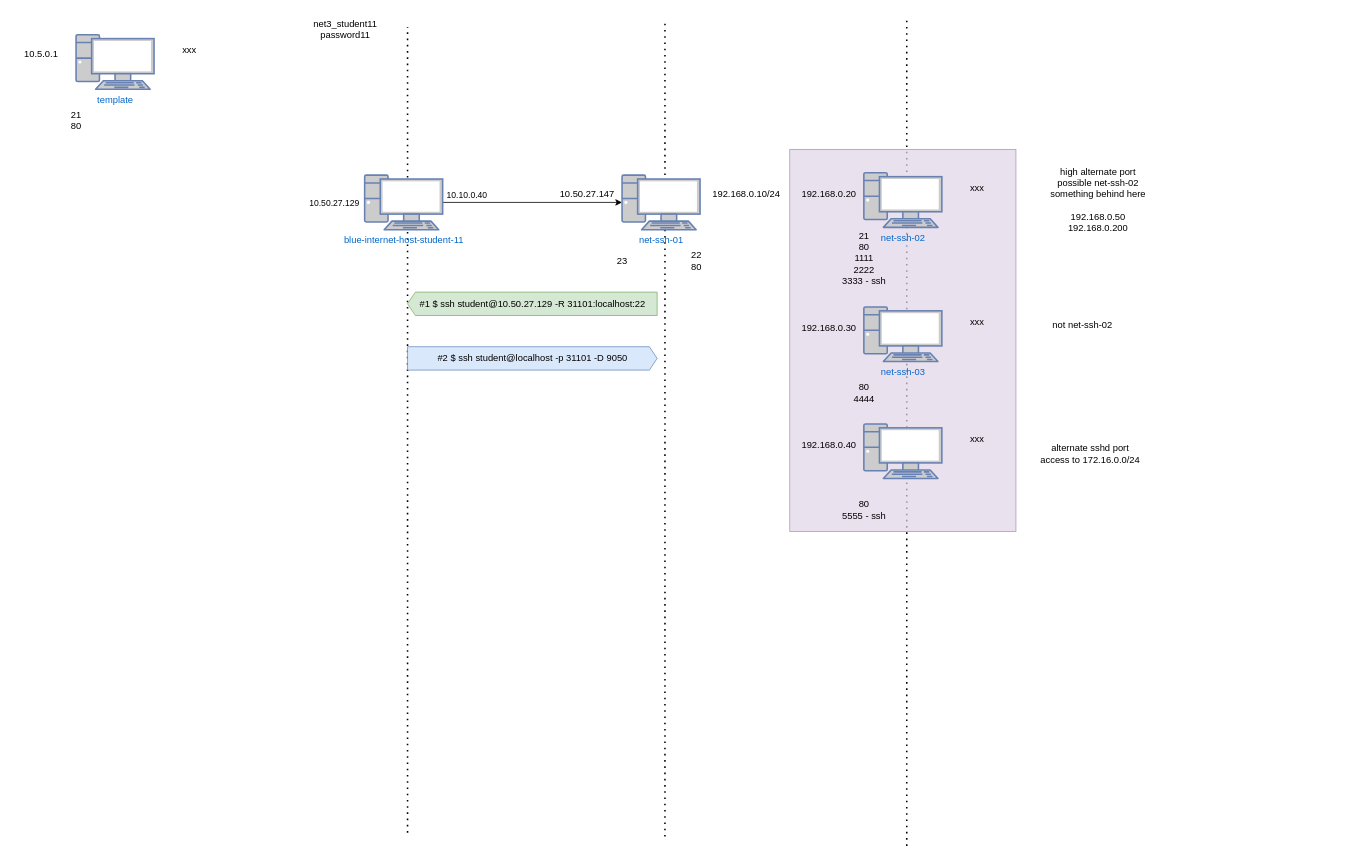
The draw.io diagram CCTC/NET/Data_Collection.drawio in wifi96h/new, before the edit. Source tidied: cells renumbered, new cells numbered last; positions are measured from the earlier drawing's top-left corner, leaving out a move shared by most shapes. Both pictures are drawn from the tidied source at 78%, with x=0, y=0 at pixel (13, 13).
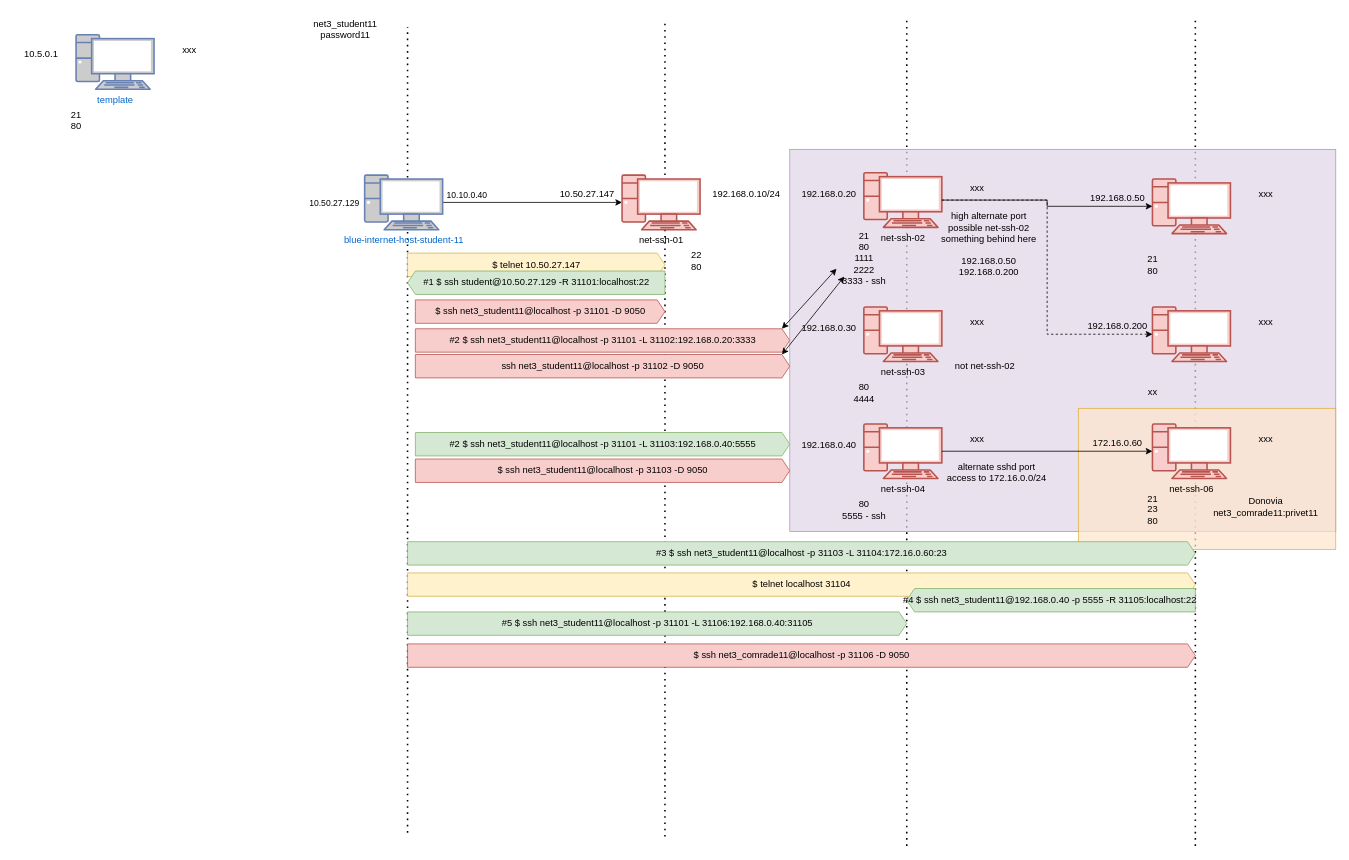
The same diagram, later.

The change refers to these unchanged cells:
```xml
<mxCell id="33" style="group;" parent="32" vertex="1">
  <mxGeometry y="20" width="225" height="140" as="geometry" />
</mxCell>
```

The edit, as a diff of the source:
```diff
@@
+    <mxCell id="47" style="endArrow=none;dashed=1;html=1;dashPattern=1 3;strokeWidth=2;rounded=0;" parent="1" edge="1">
+      <mxGeometry relative="1" as="geometry">
+        <mxPoint x="1515" y="1067" as="sourcePoint" />
+        <mxPoint x="1515" y="7" as="targetPoint" />
+      </mxGeometry>
+    </mxCell>
@@
     <mxCell id="3" style="whiteSpace=wrap;html=1;fillColor=#e1d5e7;strokeColor=#9673a6;opacity=70;" parent="1" vertex="1">
-      <mxGeometry x="995" y="174" width="290" height="490" as="geometry" />
+      <mxGeometry x="995" y="174" width="700" height="490" as="geometry" />
     </mxCell>
@@
     <mxCell id="16" style="group;" parent="1" vertex="1">
-      <mxGeometry x="745" y="187" width="235" height="150" as="geometry" />
+      <mxGeometry x="745" y="187" width="770" height="175" as="geometry" />
     </mxCell>
     <mxCell id="17" style="group;" parent="16" vertex="1">
-      <mxGeometry y="20" width="235" height="130" as="geometry" />
+      <mxGeometry y="20" width="770" height="155" as="geometry" />
     </mxCell>
-    <mxCell id="18" value="net-ssh-01" style="fontColor=#0066CC;verticalAlign=top;verticalLabelPosition=bottom;labelPosition=center;align=center;html=1;outlineConnect=0;fillColor=#CCCCCC;strokeColor=#6881B3;gradientColor=none;gradientDirection=north;strokeWidth=2;shape=mxgraph.networks.pc;" parent="17" vertex="1">
+    <mxCell id="18" value="net-ssh-01" style="verticalAlign=top;verticalLabelPosition=bottom;labelPosition=center;align=center;html=1;outlineConnect=0;fillColor=#f8cecc;strokeColor=#b85450;gradientDirection=north;strokeWidth=2;shape=mxgraph.networks.pc;" parent="17" vertex="1">
       <mxGeometry x="35" width="100" height="70" as="geometry" />
     </mxCell>
@@
+    <mxCell id="48" value="$ telnet 10.50.27.147" style="html=1;shadow=0;dashed=0;align=center;verticalAlign=middle;shape=mxgraph.arrows2.arrow;dy=0;dx=10;notch=0;flipV=1;flipH=0;fillColor=#fff2cc;strokeColor=#d6b656;" parent="17" vertex="1">
+      <mxGeometry x="-240" y="100" width="330" height="30" as="geometry" />
+    </mxCell>
+    <mxCell id="24" value="#1 $ ssh student@10.50.27.129 -R 31101:localhost:22" style="html=1;shadow=0;dashed=0;align=center;verticalAlign=middle;shape=mxgraph.arrows2.arrow;dy=0;dx=10;notch=0;flipV=1;flipH=1;fillColor=#d5e8d4;strokeColor=#82b366;" parent="17" vertex="1">
+      <mxGeometry x="-240" y="123" width="330" height="30" as="geometry" />
+    </mxCell>
@@
-    <mxCell id="24" value="#1 $ ssh student@10.50.27.129 -R 31101:localhost:22" style="html=1;shadow=0;dashed=0;align=center;verticalAlign=middle;shape=mxgraph.arrows2.arrow;dy=0;dx=10;notch=0;flipV=1;flipH=1;fillColor=#d5e8d4;strokeColor=#82b366;" parent="1" vertex="1">
-      <mxGeometry x="505" y="357" width="320" height="30" as="geometry" />
-    </mxCell>
-    <mxCell id="25" value="#2 $ ssh student@localhost -p 31101 -D 9050" style="html=1;shadow=0;dashed=0;align=center;verticalAlign=middle;shape=mxgraph.arrows2.arrow;dy=0;dx=10;notch=0;flipV=1;flipH=0;fillColor=#dae8fc;strokeColor=#6c8ebf;" parent="1" vertex="1">
-      <mxGeometry x="505" y="427" width="320" height="30" as="geometry" />
+    <mxCell id="25" value="$ ssh net3_student11@localhost -p 31101 -D 9050" style="html=1;shadow=0;dashed=0;align=center;verticalAlign=middle;shape=mxgraph.arrows2.arrow;dy=0;dx=10;notch=0;flipV=1;flipH=0;fillColor=#f8cecc;strokeColor=#b85450;" parent="1" vertex="1">
+      <mxGeometry x="515" y="367" width="320" height="30" as="geometry" />
     </mxCell>
     <mxCell id="26" style="group;" parent="1" vertex="1">
-      <mxGeometry x="1055" y="184" width="225" height="175" as="geometry" />
+      <mxGeometry x="1055" y="184" width="285" height="175" as="geometry" />
     </mxCell>
     <mxCell id="27" style="group;" parent="26" vertex="1">
-      <mxGeometry y="20" width="225" height="155" as="geometry" />
+      <mxGeometry y="20" width="285" height="155" as="geometry" />
     </mxCell>
-    <mxCell id="28" value="net-ssh-02" style="fontColor=#0066CC;verticalAlign=top;verticalLabelPosition=bottom;labelPosition=center;align=center;html=1;outlineConnect=0;fillColor=#CCCCCC;strokeColor=#6881B3;gradientColor=none;gradientDirection=north;strokeWidth=2;shape=mxgraph.networks.pc;" parent="27" vertex="1">
+    <mxCell id="28" value="net-ssh-02" style="verticalAlign=top;verticalLabelPosition=bottom;labelPosition=center;align=center;html=1;outlineConnect=0;fillColor=#f8cecc;strokeColor=#b85450;gradientDirection=north;strokeWidth=2;shape=mxgraph.networks.pc;" parent="27" vertex="1">
       <mxGeometry x="35" width="100" height="70" as="geometry" />
     </mxCell>
@@
+    <mxCell id="45" value="high alternate port&lt;div&gt;possible net-ssh-02&lt;/div&gt;&lt;div&gt;something behind here&lt;/div&gt;&lt;div&gt;&lt;br&gt;&lt;/div&gt;&lt;div&gt;192.168.0.50&lt;/div&gt;&lt;div&gt;192.168.0.200&lt;/div&gt;" style="text;html=1;align=center;verticalAlign=middle;strokeColor=none;fillColor=none;" parent="27" vertex="1">
+      <mxGeometry x="120" y="42" width="150" height="100" as="geometry" />
+    </mxCell>
@@
-    <mxCell id="34" value="net-ssh-03" style="fontColor=#0066CC;verticalAlign=top;verticalLabelPosition=bottom;labelPosition=center;align=center;html=1;fillColor=#CCCCCC;strokeColor=#6881B3;gradientColor=none;gradientDirection=north;strokeWidth=2;shape=mxgraph.networks.pc;" parent="33" vertex="1">
+    <mxCell id="34" value="net-ssh-03" style="verticalAlign=top;verticalLabelPosition=bottom;labelPosition=center;align=center;html=1;fillColor=#f8cecc;strokeColor=#b85450;gradientDirection=north;strokeWidth=2;shape=mxgraph.networks.pc;" parent="33" vertex="1">
       <mxGeometry x="35" width="100" height="70" as="geometry" />
     </mxCell>
@@
     <mxCell id="38" style="group;" parent="1" vertex="1">
-      <mxGeometry x="1055" y="506" width="225" height="160" as="geometry" />
+      <mxGeometry x="1055" y="506" width="280" height="160" as="geometry" />
     </mxCell>
     <mxCell id="39" style="group;" parent="38" vertex="1">
-      <mxGeometry y="20" width="225" height="140" as="geometry" />
+      <mxGeometry y="20" width="280" height="140" as="geometry" />
     </mxCell>
-    <mxCell id="40" style="fontColor=#0066CC;verticalAlign=top;verticalLabelPosition=bottom;labelPosition=center;align=center;html=1;outlineConnect=0;fillColor=#CCCCCC;strokeColor=#6881B3;gradientColor=none;gradientDirection=north;strokeWidth=2;shape=mxgraph.networks.pc;" parent="39" vertex="1">
+    <mxCell id="40" value="net-ssh-04" style="verticalAlign=top;verticalLabelPosition=bottom;labelPosition=center;align=center;html=1;outlineConnect=0;fillColor=#f8cecc;strokeColor=#b85450;gradientDirection=north;strokeWidth=2;shape=mxgraph.networks.pc;" parent="39" vertex="1">
       <mxGeometry x="35" width="100" height="70" as="geometry" />
     </mxCell>
@@
+    <mxCell id="46" value="alternate sshd port&lt;div&gt;access to 172.16.0.0/24&lt;/div&gt;" style="text;html=1;align=center;verticalAlign=middle;strokeColor=none;fillColor=none;" parent="39" vertex="1">
+      <mxGeometry x="130" y="42" width="150" height="40" as="geometry" />
+    </mxCell>
     <mxCell id="44" value="not net-ssh-02" style="text;html=1;align=center;verticalAlign=middle;strokeColor=none;fillColor=none;" parent="1" vertex="1">
-      <mxGeometry x="1320" y="384" width="100" height="30" as="geometry" />
+      <mxGeometry x="1195" y="437" width="100" height="30" as="geometry" />
     </mxCell>
-    <mxCell id="45" value="high alternate port&lt;div&gt;possible net-ssh-02&lt;/div&gt;&lt;div&gt;something behind here&lt;/div&gt;&lt;div&gt;&lt;br&gt;&lt;/div&gt;&lt;div&gt;192.168.0.50&lt;/div&gt;&lt;div&gt;192.168.0.200&lt;/div&gt;" style="text;html=1;align=center;verticalAlign=middle;strokeColor=none;fillColor=none;" parent="1" vertex="1">
-      <mxGeometry x="1315" y="189" width="150" height="100" as="geometry" />
-    </mxCell>
-    <mxCell id="46" value="alternate sshd port&lt;div&gt;access to 172.16.0.0/24&lt;/div&gt;" style="text;html=1;align=center;verticalAlign=middle;strokeColor=none;fillColor=none;" parent="1" vertex="1">
-      <mxGeometry x="1305" y="544" width="150" height="40" as="geometry" />
-    </mxCell>
+    <mxCell id="49" value="ssh net3_student11@localhost -p 31102 -D 9050" style="html=1;shadow=0;dashed=0;align=center;verticalAlign=middle;shape=mxgraph.arrows2.arrow;dy=0;dx=10;notch=0;flipV=1;flipH=0;fillColor=#f8cecc;strokeColor=#b85450;" parent="1" vertex="1">
+      <mxGeometry x="515" y="437" width="480" height="30" as="geometry" />
+    </mxCell>
+    <mxCell id="50" value="#2 $ ssh net3_student11@localhost -p 31101 -L 31102:192.168.0.20:3333" style="html=1;shadow=0;dashed=0;align=center;verticalAlign=middle;shape=mxgraph.arrows2.arrow;dy=0;dx=10;notch=0;flipV=1;flipH=0;fillColor=#f8cecc;strokeColor=#b85450;" parent="1" vertex="1">
+      <mxGeometry x="515" y="404" width="480" height="30" as="geometry" />
+    </mxCell>
+    <mxCell id="51" style="group;" parent="1" vertex="1">
+      <mxGeometry x="1425" y="192" width="225" height="150" as="geometry" />
+    </mxCell>
+    <mxCell id="52" style="group;" parent="51" vertex="1">
+      <mxGeometry y="20" width="225" height="130" as="geometry" />
+    </mxCell>
+    <mxCell id="53" style="verticalAlign=top;verticalLabelPosition=bottom;labelPosition=center;align=center;html=1;outlineConnect=0;fillColor=#f8cecc;strokeColor=#b85450;gradientDirection=north;strokeWidth=2;shape=mxgraph.networks.pc;" parent="52" vertex="1">
+      <mxGeometry x="35" width="100" height="70" as="geometry" />
+    </mxCell>
+    <mxCell id="54" value="21&lt;div&gt;80&lt;/div&gt;" style="text;html=1;align=center;verticalAlign=middle;strokeColor=none;fillColor=none;" parent="52" vertex="1">
+      <mxGeometry x="15" y="90" width="40" height="40" as="geometry" />
+    </mxCell>
+    <mxCell id="55" value="xxx" style="text;html=1;align=center;verticalAlign=middle;strokeColor=none;fillColor=none;" parent="52" vertex="1">
+      <mxGeometry x="160" y="5" width="40" height="30" as="geometry" />
+    </mxCell>
+    <mxCell id="56" value="192.168.0.50" style="text;html=1;align=center;verticalAlign=middle;strokeColor=none;fillColor=none;" parent="52" vertex="1">
+      <mxGeometry x="-55" y="10" width="90" height="30" as="geometry" />
+    </mxCell>
+    <mxCell id="57" style="group;" parent="1" vertex="1">
+      <mxGeometry x="1425" y="356" width="225" height="150" as="geometry" />
+    </mxCell>
+    <mxCell id="58" style="group;" parent="57" vertex="1">
+      <mxGeometry y="20" width="225" height="130" as="geometry" />
+    </mxCell>
+    <mxCell id="59" style="verticalAlign=top;verticalLabelPosition=bottom;labelPosition=center;align=center;html=1;outlineConnect=0;fillColor=#f8cecc;strokeColor=#b85450;gradientDirection=north;strokeWidth=2;shape=mxgraph.networks.pc;" parent="58" vertex="1">
+      <mxGeometry x="35" width="100" height="70" as="geometry" />
+    </mxCell>
+    <mxCell id="60" value="xx" style="text;html=1;align=center;verticalAlign=middle;strokeColor=none;fillColor=none;" parent="58" vertex="1">
+      <mxGeometry x="15" y="95" width="40" height="30" as="geometry" />
+    </mxCell>
+    <mxCell id="61" value="xxx" style="text;html=1;align=center;verticalAlign=middle;strokeColor=none;fillColor=none;" parent="58" vertex="1">
+      <mxGeometry x="160" y="5" width="40" height="30" as="geometry" />
+    </mxCell>
+    <mxCell id="62" value="192.168.0.200" style="text;html=1;align=center;verticalAlign=middle;strokeColor=none;fillColor=none;" parent="58" vertex="1">
+      <mxGeometry x="-60" y="10" width="100" height="30" as="geometry" />
+    </mxCell>
+    <mxCell id="63" style="edgeStyle=orthogonalEdgeStyle;rounded=0;jettySize=auto;html=1;exitX=1;exitY=0.5;exitDx=0;exitDy=0;exitPerimeter=0;" parent="1" edge="1" source="28" target="53">
+      <mxGeometry relative="1" as="geometry" />
+    </mxCell>
+    <mxCell id="64" style="edgeStyle=orthogonalEdgeStyle;rounded=0;jettySize=auto;html=1;exitX=1;exitY=0.5;exitDx=0;exitDy=0;exitPerimeter=0;entryX=0;entryY=0.5;entryDx=0;entryDy=0;entryPerimeter=0;dashed=1;" parent="1" edge="1" source="28" target="59">
+      <mxGeometry relative="1" as="geometry">
+        <Array as="points">
+          <mxPoint x="1325" y="239" />
+          <mxPoint x="1325" y="411" />
+        </Array>
+      </mxGeometry>
+    </mxCell>
+    <mxCell id="65" style="endArrow=classic;startArrow=classic;html=1;rounded=0;exitX=0;exitY=0;exitDx=470;exitDy=30;exitPerimeter=0;" parent="1" edge="1" source="50">
+      <mxGeometry relative="1" as="geometry">
+        <mxPoint x="1055" y="327" as="targetPoint" />
+      </mxGeometry>
+    </mxCell>
+    <mxCell id="66" style="endArrow=classic;startArrow=classic;html=1;rounded=0;exitX=0;exitY=0;exitDx=470;exitDy=30;exitPerimeter=0;" parent="1" edge="1" source="49">
+      <mxGeometry relative="1" as="geometry">
+        <mxPoint x="1065" y="337" as="targetPoint" />
+      </mxGeometry>
+    </mxCell>
+    <mxCell id="67" value="$ ssh net3_student11@localhost -p 31103 -D 9050" style="html=1;shadow=0;dashed=0;align=center;verticalAlign=middle;shape=mxgraph.arrows2.arrow;dy=0;dx=10;notch=0;flipV=1;flipH=0;fillColor=#f8cecc;strokeColor=#b85450;" parent="1" vertex="1">
+      <mxGeometry x="515" y="571" width="480" height="30" as="geometry" />
+    </mxCell>
+    <mxCell id="68" value="#2 $ ssh net3_student11@localhost -p 31101 -L 31103:192.168.0.40:5555" style="html=1;shadow=0;dashed=0;align=center;verticalAlign=middle;shape=mxgraph.arrows2.arrow;dy=0;dx=10;notch=0;flipV=1;flipH=0;fillColor=#d5e8d4;strokeColor=#82b366;" parent="1" vertex="1">
+      <mxGeometry x="515" y="537" width="480" height="30" as="geometry" />
+    </mxCell>
+    <mxCell id="69" style="whiteSpace=wrap;html=1;fillColor=#ffe6cc;strokeColor=#d79b00;opacity=70;" parent="1" vertex="1">
+      <mxGeometry x="1365" y="506" width="330" height="181" as="geometry" />
+    </mxCell>
+    <mxCell id="70" style="group;" parent="1" vertex="1">
+      <mxGeometry x="1425" y="506" width="260" height="160" as="geometry" />
+    </mxCell>
+    <mxCell id="71" style="group;" parent="70" vertex="1">
+      <mxGeometry y="20" width="260" height="140" as="geometry" />
+    </mxCell>
+    <mxCell id="72" value="net-ssh-06" style="verticalAlign=top;verticalLabelPosition=bottom;labelPosition=center;align=center;html=1;outlineConnect=0;fillColor=#f8cecc;strokeColor=#b85450;gradientDirection=north;strokeWidth=2;shape=mxgraph.networks.pc;" parent="71" vertex="1">
+      <mxGeometry x="35" width="100" height="70" as="geometry" />
+    </mxCell>
+    <mxCell id="73" value="21&lt;div&gt;23&lt;/div&gt;&lt;div&gt;80&lt;/div&gt;" style="text;html=1;align=center;verticalAlign=middle;strokeColor=none;fillColor=none;" parent="71" vertex="1">
+      <mxGeometry x="15" y="80" width="40" height="60" as="geometry" />
+    </mxCell>
+    <mxCell id="74" value="xxx" style="text;html=1;align=center;verticalAlign=middle;strokeColor=none;fillColor=none;" parent="71" vertex="1">
+      <mxGeometry x="160" y="5" width="40" height="30" as="geometry" />
+    </mxCell>
+    <mxCell id="75" value="172.16.0.60" style="text;html=1;align=center;verticalAlign=middle;strokeColor=none;fillColor=none;" parent="71" vertex="1">
+      <mxGeometry x="-55" y="10" width="90" height="30" as="geometry" />
+    </mxCell>
+    <mxCell id="76" value="Donovia&lt;div&gt;net3_comrade11:privet11&lt;/div&gt;" style="text;html=1;align=center;verticalAlign=middle;strokeColor=none;fillColor=none;" parent="71" vertex="1">
+      <mxGeometry x="100" y="86" width="160" height="40" as="geometry" />
+    </mxCell>
+    <mxCell id="77" style="edgeStyle=orthogonalEdgeStyle;rounded=0;jettySize=auto;html=1;exitX=1;exitY=0.5;exitDx=0;exitDy=0;exitPerimeter=0;" parent="1" edge="1" source="40" target="72">
+      <mxGeometry relative="1" as="geometry" />
+    </mxCell>
+    <mxCell id="78" value="#3 $ ssh net3_student11@localhost -p 31103 -L 31104:172.16.0.60:23" style="html=1;shadow=0;dashed=0;align=center;verticalAlign=middle;shape=mxgraph.arrows2.arrow;dy=0;dx=10;notch=0;flipV=1;flipH=0;fillColor=#d5e8d4;strokeColor=#82b366;" parent="1" vertex="1">
+      <mxGeometry x="505" y="677" width="1010" height="30" as="geometry" />
+    </mxCell>
+    <mxCell id="79" value="$ ssh net3_comrade11@localhost -p 31106 -D 9050" style="html=1;shadow=0;dashed=0;align=center;verticalAlign=middle;shape=mxgraph.arrows2.arrow;dy=0;dx=10;notch=0;flipV=1;flipH=0;fillColor=#f8cecc;strokeColor=#b85450;" parent="1" vertex="1">
+      <mxGeometry x="505" y="808" width="1010" height="30" as="geometry" />
+    </mxCell>
+    <mxCell id="80" value="#5 $ ssh net3_student11@localhost -p 31101 -L 31106:192.168.0.40:31105" style="html=1;shadow=0;dashed=0;align=center;verticalAlign=middle;shape=mxgraph.arrows2.arrow;dy=0;dx=10;notch=0;flipV=1;flipH=0;fillColor=#d5e8d4;strokeColor=#82b366;" parent="1" vertex="1">
+      <mxGeometry x="505" y="767" width="640" height="30" as="geometry" />
+    </mxCell>
+    <mxCell id="81" value="$ telnet localhost 31104" style="html=1;shadow=0;dashed=0;align=center;verticalAlign=middle;shape=mxgraph.arrows2.arrow;dy=0;dx=10;notch=0;flipV=1;flipH=0;fillColor=#fff2cc;strokeColor=#d6b656;" parent="1" vertex="1">
+      <mxGeometry x="505" y="717" width="1010" height="30" as="geometry" />
+    </mxCell>
+    <mxCell id="82" value="#4 $ ssh net3_student11@192.168.0.40 -p 5555 -R 31105:localhost:22&amp;nbsp;" style="html=1;shadow=0;dashed=0;align=center;verticalAlign=middle;shape=mxgraph.arrows2.arrow;dy=0;dx=10;notch=0;flipV=1;flipH=1;fillColor=#d5e8d4;strokeColor=#82b366;" parent="1" vertex="1">
+      <mxGeometry x="1145" y="737" width="370" height="30" as="geometry" />
+    </mxCell>
```
